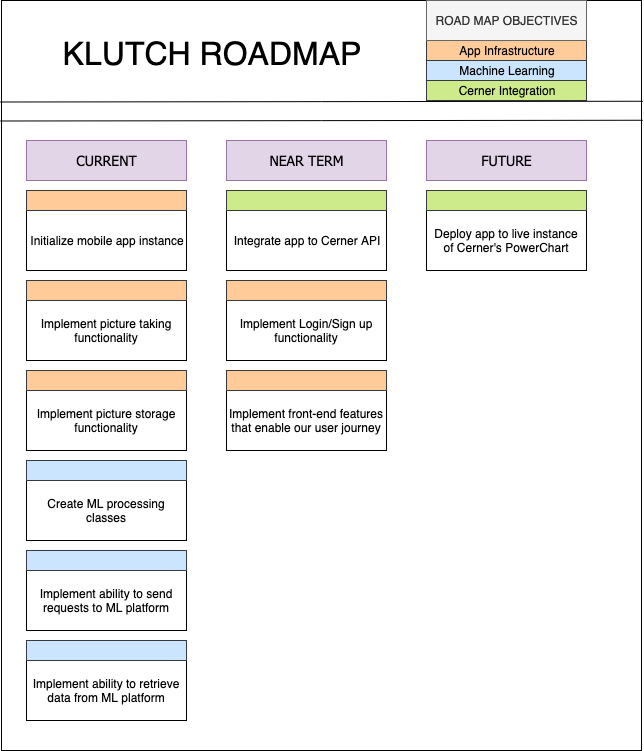
This is product_research/klutch_roadmap.png from dcsil/klutch, a draw.io export, as it was before one commit. Source tidied: cells renumbered, new cells last; positions are measured from the earlier drawing's top-left corner, leaving out a move shared by most shapes.
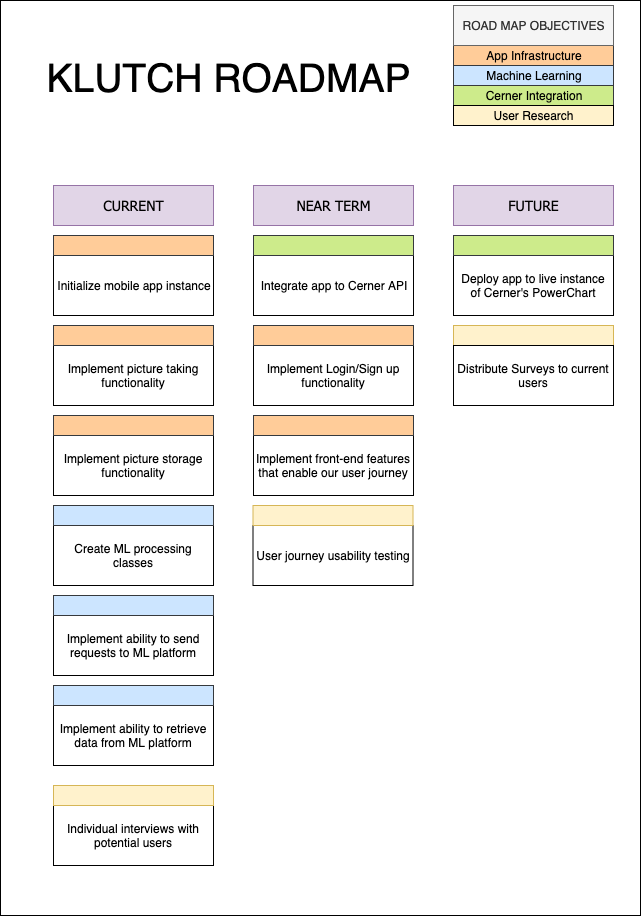
Later version of the same file.

Commit message:
change roadmap diagram

Diff of the diagram source:
```diff
@@ -3,7 +3,7 @@
     <mxCell id="0" />
     <mxCell id="1" parent="0" />
     <mxCell id="2" style="rounded=0;whiteSpace=wrap;html=1;strokeColor=#000000;fillColor=none;fontColor=none;" parent="1" vertex="1">
-      <mxGeometry width="640" height="750" as="geometry" />
+      <mxGeometry x="-28" y="-45" width="640" height="915" as="geometry" />
     </mxCell>
     <mxCell id="3" value="&lt;font style=&quot;font-size: 14px&quot; face=&quot;Tahoma&quot;&gt;CURRENT&lt;/font&gt;" style="text;html=1;align=center;verticalAlign=middle;whiteSpace=wrap;rounded=0;fillColor=#e1d5e7;strokeColor=#9673a6;" parent="1" vertex="1">
       <mxGeometry x="25" y="140" width="160" height="40" as="geometry" />
@@ -69,16 +69,16 @@
       <mxGeometry x="425" y="190" width="160" height="20" as="geometry" />
     </mxCell>
     <mxCell id="24" value="App Infrastructure" style="rounded=0;whiteSpace=wrap;html=1;fillColor=#ffcc99;strokeColor=#36393d;" parent="1" vertex="1">
-      <mxGeometry x="425" y="40" width="160" height="20" as="geometry" />
+      <mxGeometry x="425" width="160" height="20" as="geometry" />
     </mxCell>
     <mxCell id="25" value="Machine Learning" style="rounded=0;whiteSpace=wrap;html=1;fillColor=#cce5ff;strokeColor=#36393d;" parent="1" vertex="1">
-      <mxGeometry x="425" y="60" width="160" height="20" as="geometry" />
+      <mxGeometry x="425" y="20" width="160" height="20" as="geometry" />
     </mxCell>
     <mxCell id="26" value="Cerner Integration" style="rounded=0;whiteSpace=wrap;html=1;fillColor=#cdeb8b;strokeColor=#36393d;" parent="1" vertex="1">
-      <mxGeometry x="425" y="80" width="160" height="20" as="geometry" />
+      <mxGeometry x="425" y="40" width="160" height="20" as="geometry" />
     </mxCell>
     <mxCell id="27" value="ROAD MAP OBJECTIVES" style="text;html=1;align=center;verticalAlign=middle;whiteSpace=wrap;rounded=0;fillColor=#f5f5f5;strokeColor=#666666;fontColor=#333333;" parent="1" vertex="1">
-      <mxGeometry x="425" width="160" height="40" as="geometry" />
+      <mxGeometry x="425" y="-40" width="160" height="40" as="geometry" />
     </mxCell>
     <mxCell id="28" value="App Infrastructure" style="rounded=0;whiteSpace=wrap;html=1;fillColor=#ffcc99;strokeColor=#36393d;noLabel=1;fontColor=none;" parent="1" vertex="1">
       <mxGeometry x="25" y="190" width="160" height="20" as="geometry" />
@@ -107,11 +107,8 @@
     <mxCell id="36" value="Cerner Integration" style="rounded=0;whiteSpace=wrap;html=1;fillColor=#cdeb8b;strokeColor=#36393d;noLabel=1;fontColor=none;" parent="1" vertex="1">
       <mxGeometry x="425" y="190" width="160" height="20" as="geometry" />
     </mxCell>
-    <mxCell id="37" style="shape=link;html=1;fontColor=none;exitX=-0.002;exitY=0.148;exitDx=0;exitDy=0;exitPerimeter=0;entryX=1.002;entryY=0.147;entryDx=0;entryDy=0;entryPerimeter=0;width=19;" parent="1" edge="1" source="2" target="2">
-      <mxGeometry relative="1" as="geometry" />
-    </mxCell>
-    <mxCell id="38" value="&lt;font style=&quot;font-size: 32px&quot;&gt;KLUTCH ROADMAP&lt;/font&gt;" style="text;html=1;strokeColor=none;fillColor=none;align=center;verticalAlign=middle;whiteSpace=wrap;rounded=0;fontColor=none;" parent="1" vertex="1">
-      <mxGeometry x="40" y="10" width="340" height="90" as="geometry" />
+    <mxCell id="38" value="&lt;font style=&quot;font-size: 39px&quot;&gt;KLUTCH ROADMAP&lt;/font&gt;" style="text;html=1;strokeColor=none;fillColor=none;align=center;verticalAlign=middle;whiteSpace=wrap;rounded=0;fontColor=none;" parent="1" vertex="1">
+      <mxGeometry y="-45" width="400" height="160" as="geometry" />
     </mxCell>
     <mxCell id="39" value="Implement front-end features that enable our user journey" style="rounded=0;whiteSpace=wrap;html=1;" parent="1" vertex="1">
       <mxGeometry x="225" y="390" width="160" height="60" as="geometry" />
@@ -119,5 +116,26 @@
     <mxCell id="40" value="App Infrastructure" style="rounded=0;whiteSpace=wrap;html=1;fillColor=#ffcc99;strokeColor=#36393d;noLabel=1;fontColor=none;" parent="1" vertex="1">
       <mxGeometry x="225" y="370" width="160" height="20" as="geometry" />
     </mxCell>
+    <mxCell id="41" value="User Research" style="rounded=0;whiteSpace=wrap;html=1;fillColor=#fff2cc;strokeColor=#000000;" parent="1" vertex="1">
+      <mxGeometry x="425" y="60" width="160" height="20" as="geometry" />
+    </mxCell>
+    <mxCell id="42" value="Individual interviews with potential users" style="rounded=0;whiteSpace=wrap;html=1;" parent="1" vertex="1">
+      <mxGeometry x="25" y="760" width="160" height="60" as="geometry" />
+    </mxCell>
+    <mxCell id="43" value="Machine Learning" style="rounded=0;whiteSpace=wrap;html=1;fillColor=#fff2cc;strokeColor=#d6b656;noLabel=1;" parent="1" vertex="1">
+      <mxGeometry x="25" y="740" width="160" height="20" as="geometry" />
+    </mxCell>
+    <mxCell id="44" value="User journey usability testing " style="rounded=0;whiteSpace=wrap;html=1;" parent="1" vertex="1">
+      <mxGeometry x="224.5" y="480" width="160" height="60" as="geometry" />
+    </mxCell>
+    <mxCell id="45" value="App Infrastructure" style="rounded=0;whiteSpace=wrap;html=1;fillColor=#fff2cc;strokeColor=#d6b656;noLabel=1;" parent="1" vertex="1">
+      <mxGeometry x="224.5" y="460" width="160" height="20" as="geometry" />
+    </mxCell>
+    <mxCell id="46" value="App Infrastructure" style="rounded=0;whiteSpace=wrap;html=1;fillColor=#fff2cc;strokeColor=#d6b656;noLabel=1;" parent="1" vertex="1">
+      <mxGeometry x="425" y="280" width="160" height="20" as="geometry" />
+    </mxCell>
+    <mxCell id="47" value="Distribute Surveys to current users" style="rounded=0;whiteSpace=wrap;html=1;" parent="1" vertex="1">
+      <mxGeometry x="425" y="300" width="160" height="60" as="geometry" />
+    </mxCell>
   </root>
 </mxGraphModel>
```
